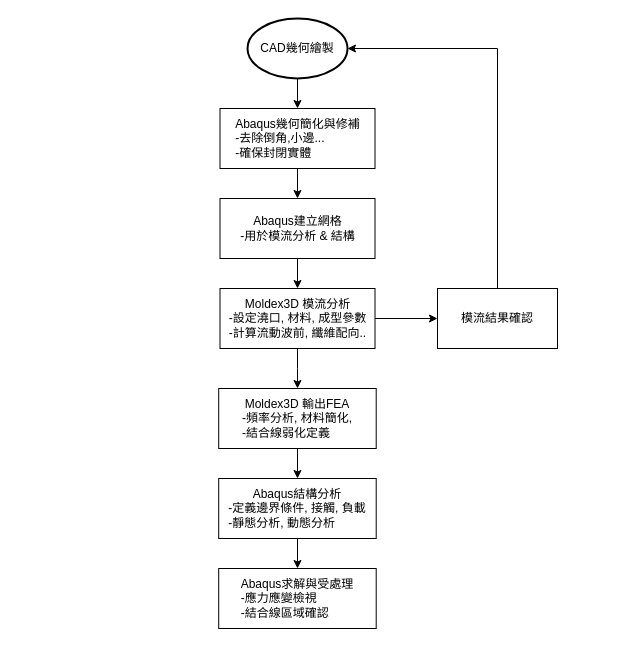
Earlier version of the draw.io diagram Moldex3D_abaqus.drawio (TerryChan726/draw_io). Source tidied: cells renumbered, new cells numbered last; positions are measured from the earlier drawing's top-left corner, leaving out a move shared by most shapes. Both pictures are drawn from the tidied source at 100%, with x=0, y=0 at pixel (218, 18).
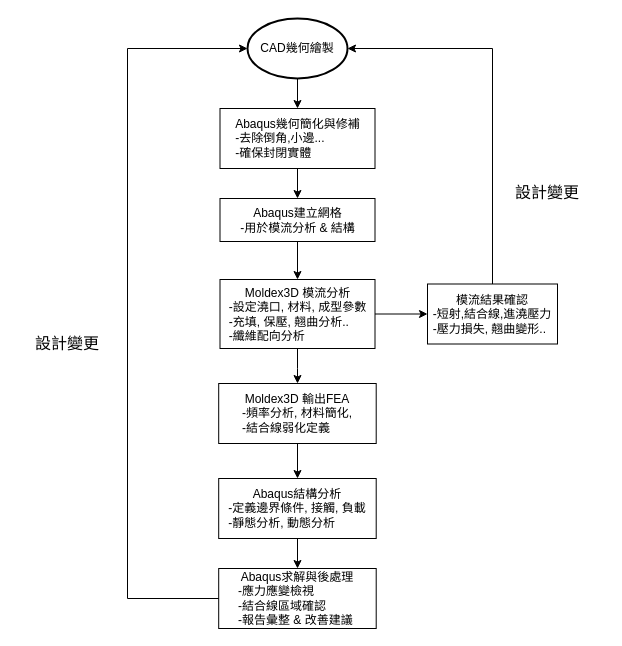
After the change.

Unchanged cells that the change refers to:
```xml
<mxCell id="5" value="CAD幾何繪製" style="strokeWidth=2;html=1;shape=mxgraph.flowchart.start_1;whiteSpace=wrap;" parent="1" vertex="1">
  <mxGeometry x="29" width="100" height="60" as="geometry" />
</mxCell>
```

The edit, as a diff of the source:
```diff
@@
     <mxCell id="7" value="&lt;div style=&quot;&quot;&gt;&lt;span style=&quot;background-color: transparent; color: light-dark(rgb(0, 0, 0), rgb(255, 255, 255));&quot;&gt;Abaqus建立網格&lt;/span&gt;&lt;/div&gt;&lt;div&gt;&lt;div style=&quot;text-align: left;&quot;&gt;&lt;span style=&quot;background-color: transparent; color: light-dark(rgb(0, 0, 0), rgb(255, 255, 255));&quot;&gt;-用於模流分析 &amp;amp; 結構&lt;/span&gt;&lt;/div&gt;&lt;/div&gt;" style="rounded=0;whiteSpace=wrap;html=1;" parent="1" vertex="1">
-      <mxGeometry x="1.5" y="180" width="155" height="60" as="geometry" />
+      <mxGeometry x="1.5" y="180" width="155" height="43" as="geometry" />
     </mxCell>
@@
-    <mxCell id="10" value="&lt;div style=&quot;&quot;&gt;&lt;span style=&quot;background-color: transparent; color: light-dark(rgb(0, 0, 0), rgb(255, 255, 255));&quot;&gt;Moldex3D 模流分析&lt;/span&gt;&lt;/div&gt;&lt;div style=&quot;text-align: left;&quot;&gt;-設定澆口, 材料, 成型參數&lt;/div&gt;&lt;div style=&quot;text-align: left;&quot;&gt;-計算流動波前, 纖維配向..&lt;/div&gt;" style="rounded=0;whiteSpace=wrap;html=1;align=center;" parent="1" vertex="1">
-      <mxGeometry x="1.5" y="270" width="155" height="60" as="geometry" />
+    <mxCell id="10" value="&lt;div style=&quot;&quot;&gt;&lt;span style=&quot;background-color: transparent; color: light-dark(rgb(0, 0, 0), rgb(255, 255, 255));&quot;&gt;Moldex3D 模流分析&lt;/span&gt;&lt;/div&gt;&lt;div style=&quot;text-align: left;&quot;&gt;-設定澆口, 材料, 成型參數&lt;/div&gt;&lt;div style=&quot;text-align: left;&quot;&gt;-充填, 保壓, 翹曲分析..&lt;/div&gt;&lt;div style=&quot;text-align: left;&quot;&gt;-纖維配向分析&lt;/div&gt;" style="rounded=0;whiteSpace=wrap;html=1;align=center;" parent="1" vertex="1">
+      <mxGeometry x="1.5" y="261" width="155" height="69" as="geometry" />
     </mxCell>
@@
     <mxCell id="12" value="&lt;div style=&quot;&quot;&gt;&lt;span style=&quot;background-color: transparent; color: light-dark(rgb(0, 0, 0), rgb(255, 255, 255));&quot;&gt;Moldex3D 輸出FEA&lt;/span&gt;&lt;/div&gt;&lt;div&gt;-頻率分析,&amp;nbsp;&lt;span style=&quot;background-color: transparent; color: light-dark(rgb(0, 0, 0), rgb(255, 255, 255));&quot;&gt;材料簡化,&lt;/span&gt;&lt;/div&gt;&lt;div style=&quot;text-align: left;&quot;&gt;&lt;span style=&quot;background-color: transparent; color: light-dark(rgb(0, 0, 0), rgb(255, 255, 255));&quot;&gt;-結合線弱化定義&lt;/span&gt;&lt;/div&gt;" style="rounded=0;whiteSpace=wrap;html=1;align=center;" parent="1" vertex="1">
-      <mxGeometry x="0.2" y="370" width="157.5" height="60" as="geometry" />
+      <mxGeometry x="0.2" y="365" width="157.5" height="60" as="geometry" />
     </mxCell>
@@
-    <mxCell id="15" value="&lt;div style=&quot;&quot;&gt;Abaqus求解與受處理&lt;/div&gt;&lt;div style=&quot;text-align: left;&quot;&gt;-應力應變檢視&lt;/div&gt;&lt;div style=&quot;text-align: left;&quot;&gt;-結合線區域確認&lt;/div&gt;" style="rounded=0;whiteSpace=wrap;html=1;align=center;" parent="1" vertex="1">
+    <mxCell id="15" value="&lt;div style=&quot;&quot;&gt;Abaqus求解與後處理&lt;/div&gt;&lt;div style=&quot;text-align: left;&quot;&gt;-應力應變檢視&lt;/div&gt;&lt;div style=&quot;text-align: left;&quot;&gt;-結合線區域確認&lt;/div&gt;&lt;div style=&quot;text-align: left;&quot;&gt;-報告彙整 &amp;amp; 改善建議&amp;nbsp;&lt;/div&gt;" style="rounded=0;whiteSpace=wrap;html=1;align=center;" parent="1" vertex="1">
       <mxGeometry x="0.2" y="550" width="157.5" height="60" as="geometry" />
     </mxCell>
-    <mxCell id="16" value="模流結果確認" style="whiteSpace=wrap;html=1;rounded=0;" parent="1" vertex="1">
-      <mxGeometry x="219" y="270" width="120" height="60" as="geometry" />
+    <mxCell id="16" value="模流結果確認&lt;div style=&quot;text-align: left;&quot;&gt;-短射,結合線,進澆壓力&lt;/div&gt;&lt;div style=&quot;text-align: left;&quot;&gt;&lt;span style=&quot;background-color: transparent; color: light-dark(rgb(0, 0, 0), rgb(255, 255, 255));&quot;&gt;-壓力損失, 翹曲變形..&lt;/span&gt;&lt;/div&gt;" style="whiteSpace=wrap;html=1;rounded=0;" parent="1" vertex="1">
+      <mxGeometry x="209" y="265.5" width="130" height="60" as="geometry" />
     </mxCell>
     <mxCell id="17" style="edgeStyle=orthogonalEdgeStyle;rounded=0;jettySize=auto;html=1;entryX=1;entryY=0.5;entryDx=0;entryDy=0;entryPerimeter=0;" parent="1" edge="1" source="16" target="5">
       <mxGeometry relative="1" as="geometry">
         <Array as="points">
-          <mxPoint x="279" y="30" />
+          <mxPoint x="274" y="30" />
         </Array>
       </mxGeometry>
     </mxCell>
+    <mxCell id="18" style="edgeStyle=orthogonalEdgeStyle;rounded=0;jettySize=auto;html=1;entryX=0;entryY=0.5;entryDx=0;entryDy=0;entryPerimeter=0;" parent="1" edge="1" source="15" target="5">
+      <mxGeometry relative="1" as="geometry">
+        <Array as="points">
+          <mxPoint x="-91" y="580" />
+          <mxPoint x="-91" y="30" />
+        </Array>
+      </mxGeometry>
+    </mxCell>
+    <mxCell id="19" value="設計變更" style="text;html=1;align=center;verticalAlign=middle;whiteSpace=wrap;rounded=0;fontSize=16;" parent="1" vertex="1">
+      <mxGeometry x="271" y="159" width="116" height="30" as="geometry" />
+    </mxCell>
+    <mxCell id="20" value="設計變更" style="text;html=1;align=center;verticalAlign=middle;whiteSpace=wrap;rounded=0;fontSize=16;" parent="1" vertex="1">
+      <mxGeometry x="-201" y="310" width="100" height="30" as="geometry" />
+    </mxCell>
```
